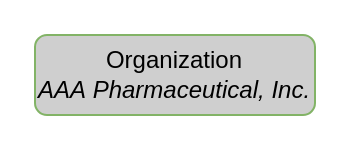
Earlier version of the draw.io diagram input/images-source/organizations_FHIR_resources.drawio (HL7/uv-dx-pq). Source tidied: cells renumbered, new cells numbered last; positions are measured from the earlier drawing's top-left corner, leaving out a move shared by most shapes. Both pictures are drawn from the tidied source at 200%, with x=0, y=0 at pixel (34, 34).
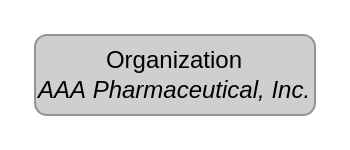
The same page after the edit.

The edit, as a diff of the source:
```diff
@@
 <mxGraphModel>
   <root>
     <mxCell id="0" />
     <mxCell id="1" parent="0" />
-    <mxCell id="2" value="Organization&lt;br&gt;&lt;i&gt;AAA&amp;nbsp;Pharmaceutical, Inc.&lt;/i&gt;" style="rounded=1;whiteSpace=wrap;html=1;fontSize=12;glass=0;strokeWidth=1;shadow=0;fillColor=#cfcfcf;strokeColor=#82b366;" parent="1" vertex="1">
+    <mxCell id="2" value="Organization&lt;br&gt;&lt;i&gt;AAA&amp;nbsp;Pharmaceutical, Inc.&lt;/i&gt;" style="rounded=1;whiteSpace=wrap;html=1;fontSize=12;glass=0;strokeWidth=1;shadow=0;fillColor=#cfcfcf;strokeColor=#949494;" parent="1" vertex="1">
       <mxGeometry width="140" height="40" as="geometry" />
     </mxCell>
   </root>
 </mxGraphModel>
```
